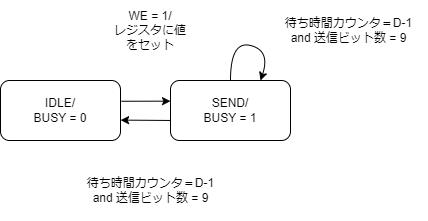
ararian/simple_uart keeps this draw.io diagram as state_machine.dio.png. Above is the earlier version. Source tidied: cells renumbered, new cells last; positions are measured from the earlier drawing's top-left corner, leaving out a move shared by most shapes.
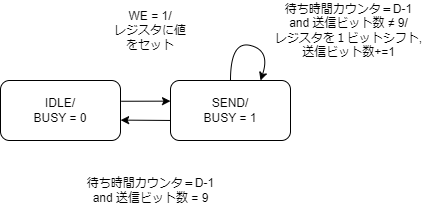
The same file after the commit.

What changed in the source:
```diff
@@ -28,7 +28,7 @@
     <mxCell id="8" value="待ち時間カウンタ＝D-1&lt;br&gt;and 送信ビット数 = 9" style="text;html=1;strokeColor=none;fillColor=none;align=center;verticalAlign=middle;whiteSpace=wrap;rounded=0;" parent="1" vertex="1">
       <mxGeometry x="71.5" y="160" width="157" height="60" as="geometry" />
     </mxCell>
-    <mxCell id="9" value="待ち時間カウンタ＝D-1&lt;br&gt;and 送信ビット数 = 9" style="text;html=1;strokeColor=none;fillColor=none;align=center;verticalAlign=middle;whiteSpace=wrap;rounded=0;" parent="1" vertex="1">
+    <mxCell id="9" value="待ち時間カウンタ＝D-1&lt;br&gt;and 送信ビット数 ≠ 9/&lt;br&gt;レジスタを１ビットシフト, 送信ビット数+=1" style="text;html=1;strokeColor=none;fillColor=none;align=center;verticalAlign=middle;whiteSpace=wrap;rounded=0;" parent="1" vertex="1">
       <mxGeometry x="270" width="157" height="60" as="geometry" />
     </mxCell>
   </root>
```
